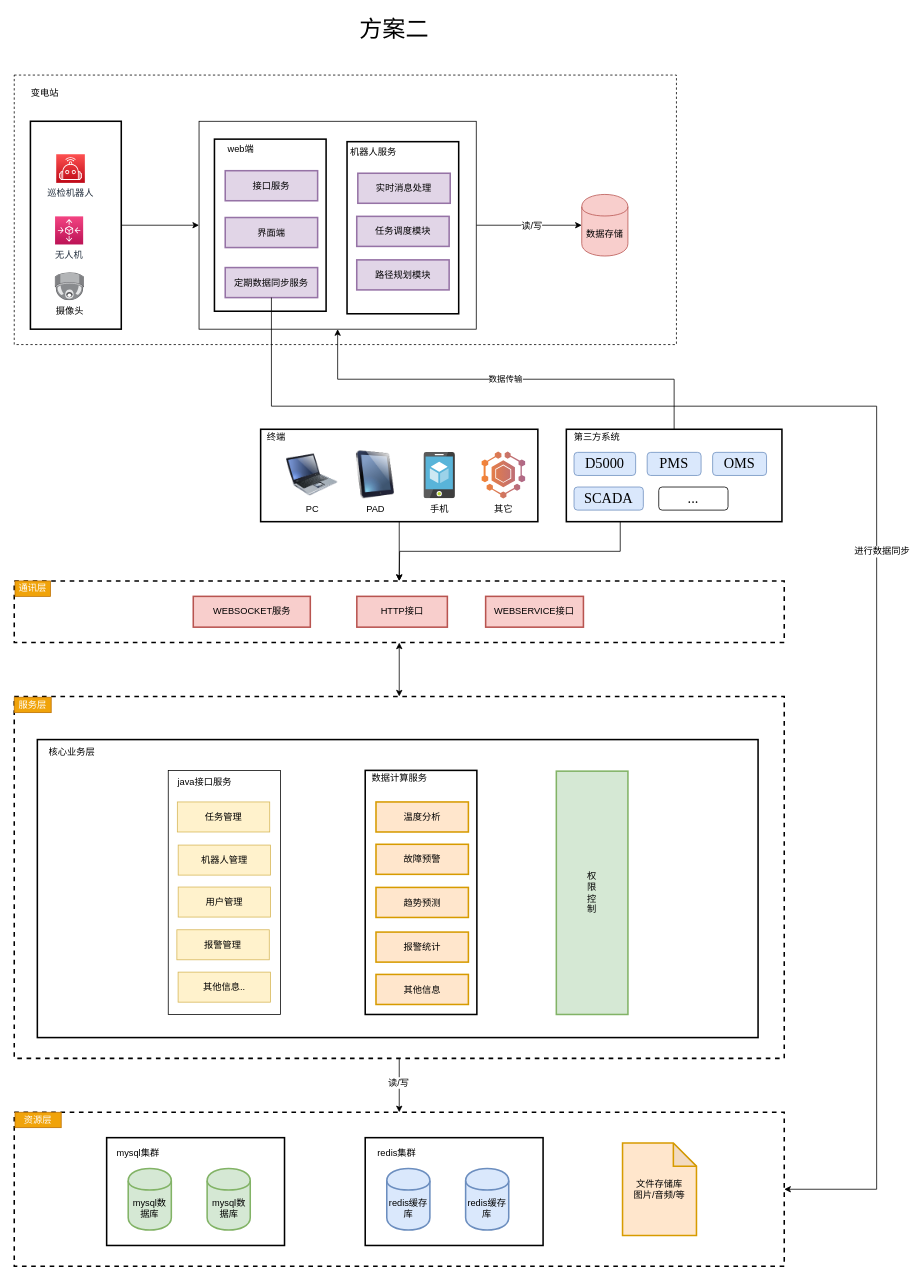
Above: ydrobot-framework-v2.1.drawio in wangyufei0807/draw (draw.io), before the change. Source tidied: cells renumbered, new cells numbered last; positions are measured from the earlier drawing's top-left corner, leaving out a move shared by most shapes. Both pictures are drawn from the tidied source at 77%, with x=0, y=0 at pixel (14, 13).
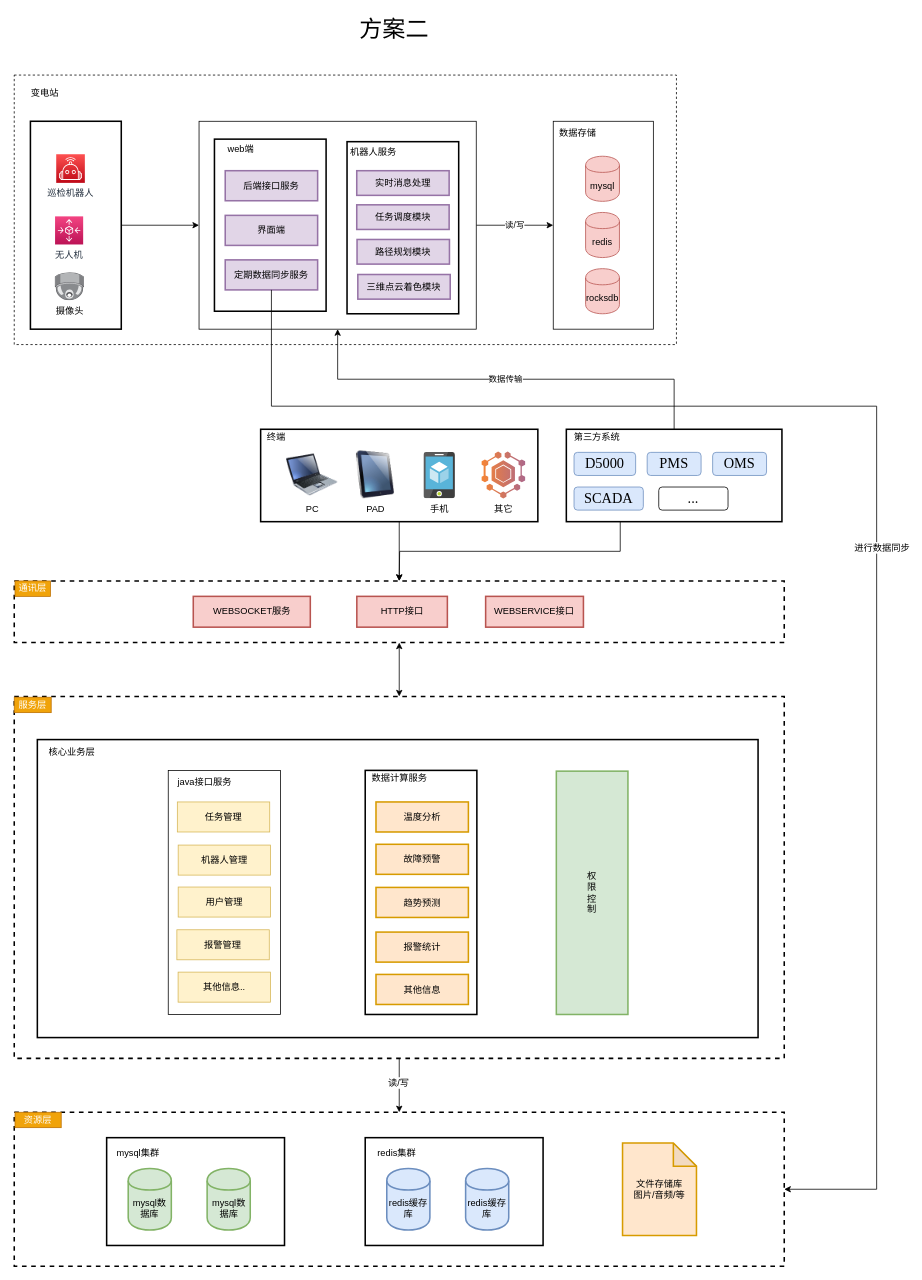
The same page after the edit.

Unchanged cells that the change refers to:
```xml
<mxCell id="6" style="rounded=0;whiteSpace=wrap;html=1;" parent="1" vertex="1">
  <mxGeometry x="240" y="140" width="360" height="270" as="geometry" />
</mxCell>
```

The edit, as a diff of the source:
```diff
@@
+    <mxCell id="3" style="rounded=0;whiteSpace=wrap;html=1;dashed=1;" parent="1" vertex="1">
+      <mxGeometry y="80" width="860" height="350" as="geometry" />
+    </mxCell>
+    <mxCell id="80" style="rounded=0;whiteSpace=wrap;html=1;" parent="1" vertex="1">
+      <mxGeometry x="700" y="140" width="130" height="270" as="geometry" />
+    </mxCell>
@@
-    <mxCell id="3" style="rounded=0;whiteSpace=wrap;html=1;dashed=1;" parent="1" vertex="1">
-      <mxGeometry y="80" width="860" height="350" as="geometry" />
-    </mxCell>
-    <mxCell id="4" style="edgeStyle=orthogonalEdgeStyle;rounded=0;jettySize=auto;html=1;exitX=1;exitY=0.5;exitDx=0;exitDy=0;entryX=0;entryY=0.5;entryDx=0;entryDy=0;" parent="1" edge="1" source="6" target="79">
-      <mxGeometry relative="1" as="geometry" />
-    </mxCell>
-    <mxCell id="5" value="读/写" style="text;html=1;align=center;verticalAlign=middle;labelBackgroundColor=#ffffff;" parent="4" vertex="1">
-      <mxGeometry x="0.04" y="-1" relative="1" as="geometry" />
+    <mxCell id="5" value="读/写" style="edgeStyle=orthogonalEdgeStyle;rounded=0;jettySize=auto;html=1;exitX=1;exitY=0.5;exitDx=0;exitDy=0;entryX=0;entryY=0.5;entryDx=0;entryDy=0;" parent="1" edge="1" source="6" target="80">
+      <mxGeometry relative="1" as="geometry" />
     </mxCell>
@@
     <mxCell id="38" value="路径规划模块" style="rounded=0;whiteSpace=wrap;html=1;labelBackgroundColor=none;strokeWidth=2;fillColor=#e1d5e7;strokeColor=#9673a6;" parent="1" vertex="1">
-      <mxGeometry x="444.8" y="320" width="120" height="39" as="geometry" />
+      <mxGeometry x="445.2" y="293.5" width="120" height="32" as="geometry" />
     </mxCell>
     <mxCell id="39" value="实时消息处理" style="rounded=0;whiteSpace=wrap;html=1;labelBackgroundColor=none;strokeWidth=2;fillColor=#e1d5e7;strokeColor=#9673a6;" parent="1" vertex="1">
-      <mxGeometry x="446.2" y="207.5" width="120" height="39" as="geometry" />
+      <mxGeometry x="444.8" y="204.2" width="120" height="32" as="geometry" />
     </mxCell>
     <mxCell id="40" value="任务调度模块" style="rounded=0;whiteSpace=wrap;html=1;labelBackgroundColor=none;strokeWidth=2;fillColor=#e1d5e7;strokeColor=#9673a6;" parent="1" vertex="1">
-      <mxGeometry x="444.8" y="263.5" width="120" height="39" as="geometry" />
+      <mxGeometry x="444.8" y="248.5" width="120" height="32" as="geometry" />
     </mxCell>
@@
-    <mxCell id="74" value="接口服务" style="rounded=0;whiteSpace=wrap;html=1;labelBackgroundColor=none;strokeWidth=2;fillColor=#e1d5e7;strokeColor=#9673a6;" parent="1" vertex="1">
+    <mxCell id="74" value="后端接口服务" style="rounded=0;whiteSpace=wrap;html=1;labelBackgroundColor=none;strokeWidth=2;fillColor=#e1d5e7;strokeColor=#9673a6;" parent="1" vertex="1">
       <mxGeometry x="274" y="204.2" width="120" height="39" as="geometry" />
     </mxCell>
     <mxCell id="75" value="界面端" style="rounded=0;whiteSpace=wrap;html=1;labelBackgroundColor=none;strokeWidth=2;fillColor=#e1d5e7;strokeColor=#9673a6;" parent="1" vertex="1">
-      <mxGeometry x="274" y="265" width="120" height="39" as="geometry" />
+      <mxGeometry x="274" y="262.2" width="120" height="39" as="geometry" />
     </mxCell>
     <mxCell id="76" value="定期数据同步服务" style="rounded=0;whiteSpace=wrap;html=1;labelBackgroundColor=none;strokeWidth=2;fillColor=#e1d5e7;strokeColor=#9673a6;" parent="1" vertex="1">
-      <mxGeometry x="274" y="330" width="120" height="39" as="geometry" />
+      <mxGeometry x="274" y="320" width="120" height="39" as="geometry" />
     </mxCell>
@@
-    <mxCell id="79" value="数据存储" style="shape=cylinder;whiteSpace=wrap;html=1;boundedLbl=1;backgroundOutline=1;fillColor=#f8cecc;strokeColor=#b85450;" parent="1" vertex="1">
-      <mxGeometry x="737" y="235" width="60" height="80" as="geometry" />
+    <mxCell id="79" value="mysql" style="shape=cylinder;whiteSpace=wrap;html=1;boundedLbl=1;backgroundOutline=1;fillColor=#f8cecc;strokeColor=#b85450;" parent="1" vertex="1">
+      <mxGeometry x="742" y="185.4" width="44" height="58.6" as="geometry" />
     </mxCell>
+    <mxCell id="81" value="redis" style="shape=cylinder;whiteSpace=wrap;html=1;boundedLbl=1;backgroundOutline=1;fillColor=#f8cecc;strokeColor=#b85450;" parent="1" vertex="1">
+      <mxGeometry x="742" y="258.4" width="44" height="58.6" as="geometry" />
+    </mxCell>
+    <mxCell id="82" value="rocksdb" style="shape=cylinder;whiteSpace=wrap;html=1;boundedLbl=1;backgroundOutline=1;fillColor=#f8cecc;strokeColor=#b85450;" parent="1" vertex="1">
+      <mxGeometry x="742" y="331.4" width="44" height="58.6" as="geometry" />
+    </mxCell>
+    <mxCell id="83" value="数据存储" style="text;html=1;strokeColor=none;fillColor=none;align=center;verticalAlign=middle;whiteSpace=wrap;rounded=0;" parent="1" vertex="1">
+      <mxGeometry x="704" y="146" width="56" height="20" as="geometry" />
+    </mxCell>
+    <mxCell id="84" value="三维点云着色模块" style="rounded=0;whiteSpace=wrap;html=1;labelBackgroundColor=none;strokeWidth=2;fillColor=#e1d5e7;strokeColor=#9673a6;" parent="1" vertex="1">
+      <mxGeometry x="446.2" y="339" width="120" height="32" as="geometry" />
+    </mxCell>
```
